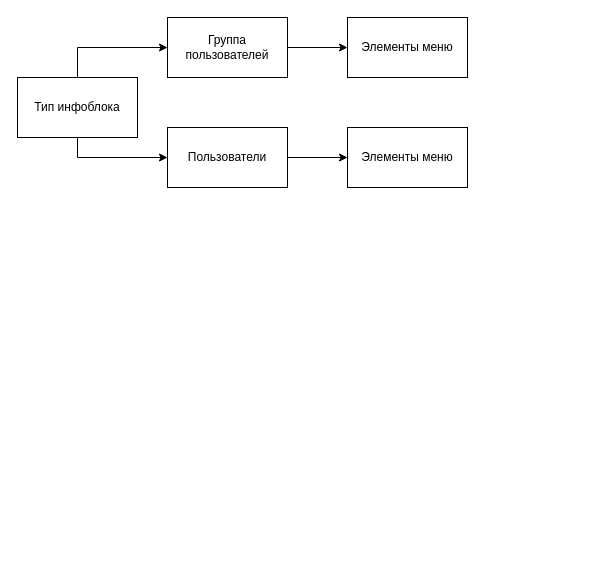
The draw.io diagram Untitled Diagram.drawio in aslanov-ik/drawio, before the edit. Source tidied: cells renumbered, new cells numbered last; positions are measured from the earlier drawing's top-left corner, leaving out a move shared by most shapes. Both pictures are drawn from the tidied source at 100%, with x=0, y=0 at pixel (17, 17).
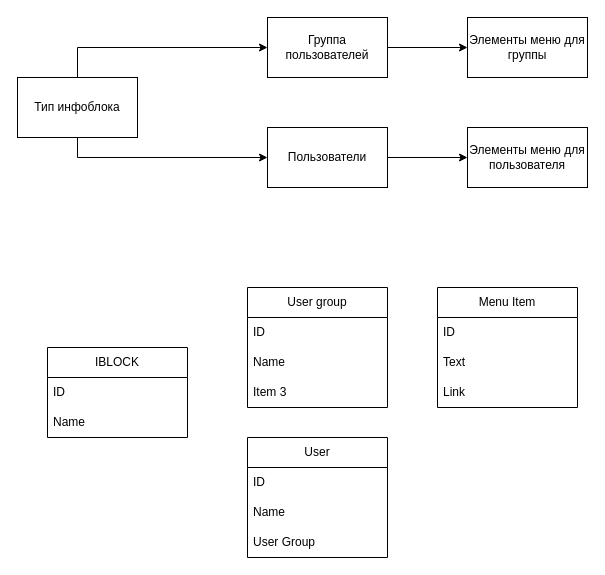
The same diagram, later.

Change to the diagram source:
```diff
@@
     <mxCell id="6" value="Группа пользователей" style="rounded=0;whiteSpace=wrap;html=1;" parent="1" vertex="1">
-      <mxGeometry x="150" width="120" height="60" as="geometry" />
+      <mxGeometry x="250" width="120" height="60" as="geometry" />
     </mxCell>
-    <mxCell id="7" value="Элементы меню" style="rounded=0;whiteSpace=wrap;html=1;" parent="1" vertex="1">
-      <mxGeometry x="330" width="120" height="60" as="geometry" />
+    <mxCell id="7" value="Элементы меню для группы" style="rounded=0;whiteSpace=wrap;html=1;" parent="1" vertex="1">
+      <mxGeometry x="450" width="120" height="60" as="geometry" />
     </mxCell>
@@
     <mxCell id="9" value="Пользователи" style="rounded=0;whiteSpace=wrap;html=1;" parent="1" vertex="1">
-      <mxGeometry x="150" y="110" width="120" height="60" as="geometry" />
+      <mxGeometry x="250" y="110" width="120" height="60" as="geometry" />
     </mxCell>
-    <mxCell id="10" value="Элементы меню" style="rounded=0;whiteSpace=wrap;html=1;" parent="1" vertex="1">
-      <mxGeometry x="330" y="110" width="120" height="60" as="geometry" />
+    <mxCell id="10" value="Элементы меню для пользователя" style="rounded=0;whiteSpace=wrap;html=1;" parent="1" vertex="1">
+      <mxGeometry x="450" y="110" width="120" height="60" as="geometry" />
     </mxCell>
+    <mxCell id="11" value="IBLOCK" style="swimlane;fontStyle=0;horizontal=1;startSize=30;whiteSpace=wrap;html=1;" parent="1" vertex="1">
+      <mxGeometry x="30" y="330" width="140" height="90" as="geometry" />
+    </mxCell>
+    <mxCell id="12" value="ID" style="text;strokeColor=none;fillColor=none;align=left;verticalAlign=middle;spacingLeft=4;spacingRight=4;overflow=hidden;whiteSpace=wrap;html=1;" parent="11" vertex="1">
+      <mxGeometry y="30" width="140" height="30" as="geometry" />
+    </mxCell>
+    <mxCell id="13" value="Name" style="text;strokeColor=none;fillColor=none;align=left;verticalAlign=middle;spacingLeft=4;spacingRight=4;overflow=hidden;whiteSpace=wrap;html=1;" parent="11" vertex="1">
+      <mxGeometry y="60" width="140" height="30" as="geometry" />
+    </mxCell>
+    <mxCell id="14" value="User group" style="swimlane;fontStyle=0;horizontal=1;startSize=30;whiteSpace=wrap;html=1;" parent="1" vertex="1">
+      <mxGeometry x="230" y="270" width="140" height="120" as="geometry" />
+    </mxCell>
+    <mxCell id="15" value="ID" style="text;strokeColor=none;fillColor=none;align=left;verticalAlign=middle;spacingLeft=4;spacingRight=4;overflow=hidden;whiteSpace=wrap;html=1;" parent="14" vertex="1">
+      <mxGeometry y="30" width="140" height="30" as="geometry" />
+    </mxCell>
+    <mxCell id="16" value="Name" style="text;strokeColor=none;fillColor=none;align=left;verticalAlign=middle;spacingLeft=4;spacingRight=4;overflow=hidden;whiteSpace=wrap;html=1;" parent="14" vertex="1">
+      <mxGeometry y="60" width="140" height="30" as="geometry" />
+    </mxCell>
+    <mxCell id="17" value="Item 3" style="text;strokeColor=none;fillColor=none;align=left;verticalAlign=middle;spacingLeft=4;spacingRight=4;overflow=hidden;whiteSpace=wrap;html=1;" parent="14" vertex="1">
+      <mxGeometry y="90" width="140" height="30" as="geometry" />
+    </mxCell>
+    <mxCell id="18" value="Menu Item" style="swimlane;fontStyle=0;horizontal=1;startSize=30;whiteSpace=wrap;html=1;" parent="1" vertex="1">
+      <mxGeometry x="420" y="270" width="140" height="120" as="geometry" />
+    </mxCell>
+    <mxCell id="19" value="ID" style="text;strokeColor=none;fillColor=none;align=left;verticalAlign=middle;spacingLeft=4;spacingRight=4;overflow=hidden;whiteSpace=wrap;html=1;" parent="18" vertex="1">
+      <mxGeometry y="30" width="140" height="30" as="geometry" />
+    </mxCell>
+    <mxCell id="20" value="Text" style="text;strokeColor=none;fillColor=none;align=left;verticalAlign=middle;spacingLeft=4;spacingRight=4;overflow=hidden;whiteSpace=wrap;html=1;" parent="18" vertex="1">
+      <mxGeometry y="60" width="140" height="30" as="geometry" />
+    </mxCell>
+    <mxCell id="21" value="Link" style="text;strokeColor=none;fillColor=none;align=left;verticalAlign=middle;spacingLeft=4;spacingRight=4;overflow=hidden;whiteSpace=wrap;html=1;" parent="18" vertex="1">
+      <mxGeometry y="90" width="140" height="30" as="geometry" />
+    </mxCell>
+    <mxCell id="22" value="User" style="swimlane;fontStyle=0;horizontal=1;startSize=30;whiteSpace=wrap;html=1;" parent="1" vertex="1">
+      <mxGeometry x="230" y="420" width="140" height="120" as="geometry" />
+    </mxCell>
+    <mxCell id="23" value="ID" style="text;strokeColor=none;fillColor=none;align=left;verticalAlign=middle;spacingLeft=4;spacingRight=4;overflow=hidden;whiteSpace=wrap;html=1;" parent="22" vertex="1">
+      <mxGeometry y="30" width="140" height="30" as="geometry" />
+    </mxCell>
+    <mxCell id="24" value="Name" style="text;strokeColor=none;fillColor=none;align=left;verticalAlign=middle;spacingLeft=4;spacingRight=4;overflow=hidden;whiteSpace=wrap;html=1;" parent="22" vertex="1">
+      <mxGeometry y="60" width="140" height="30" as="geometry" />
+    </mxCell>
+    <mxCell id="25" value="User Group" style="text;strokeColor=none;fillColor=none;align=left;verticalAlign=middle;spacingLeft=4;spacingRight=4;overflow=hidden;whiteSpace=wrap;html=1;" parent="22" vertex="1">
+      <mxGeometry y="90" width="140" height="30" as="geometry" />
+    </mxCell>
```
